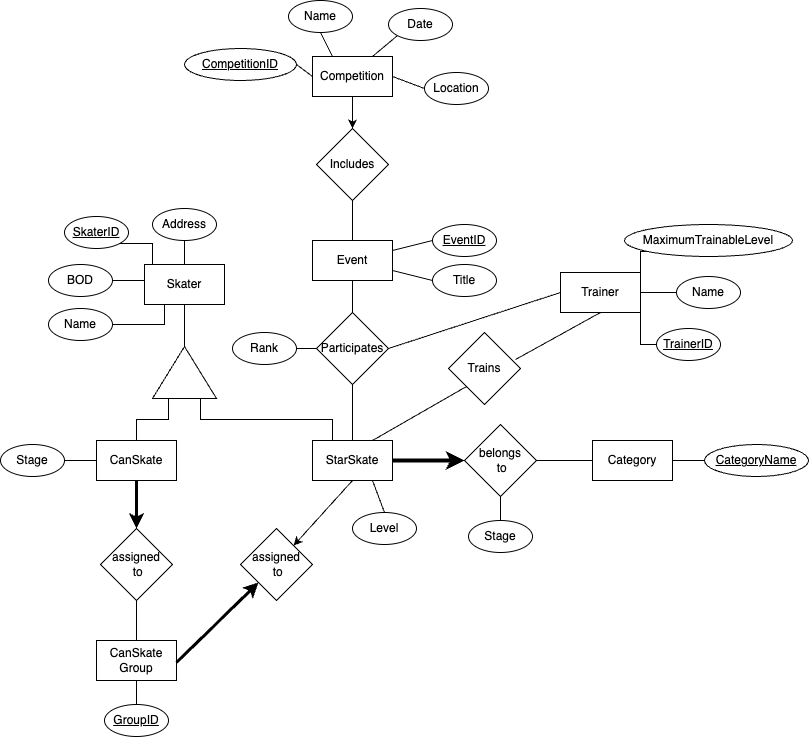
This is COMP421/Assignments/assignment1.drawio.png from XxScarletxX/Winter2025, a draw.io export, as it was before one commit. Source tidied: cells renumbered, new cells last; positions are measured from the earlier drawing's top-left corner, leaving out a move shared by most shapes.
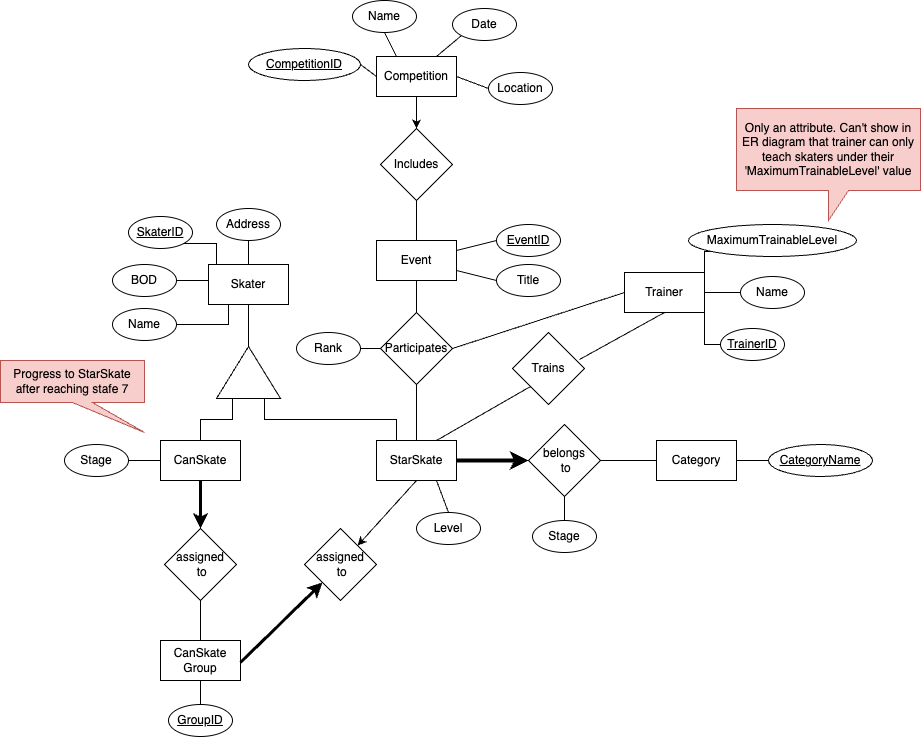
After the change.

Change to the diagram source:
```diff
@@ -217,5 +217,11 @@
     <mxCell id="70" value="Location" style="ellipse;whiteSpace=wrap;html=1;" parent="1" vertex="1">
       <mxGeometry x="424" y="72" width="64" height="32" as="geometry" />
     </mxCell>
+    <mxCell id="71" value="Only an attribute. Can't show in ER diagram that trainer can only teach skaters under their 'MaximumTrainableLevel' value" style="shape=callout;whiteSpace=wrap;html=1;perimeter=calloutPerimeter;fillColor=#f8cecc;strokeColor=#b85450;" parent="1" vertex="1">
+      <mxGeometry x="672" y="108" width="184" height="112" as="geometry" />
+    </mxCell>
+    <mxCell id="72" value="Progress to StarSkate after reaching stafe 7" style="shape=callout;whiteSpace=wrap;html=1;perimeter=calloutPerimeter;position2=1;fillColor=#f8cecc;strokeColor=#b85450;" parent="1" vertex="1">
+      <mxGeometry x="-64" y="360" width="144" height="72" as="geometry" />
+    </mxCell>
   </root>
 </mxGraphModel>
```
